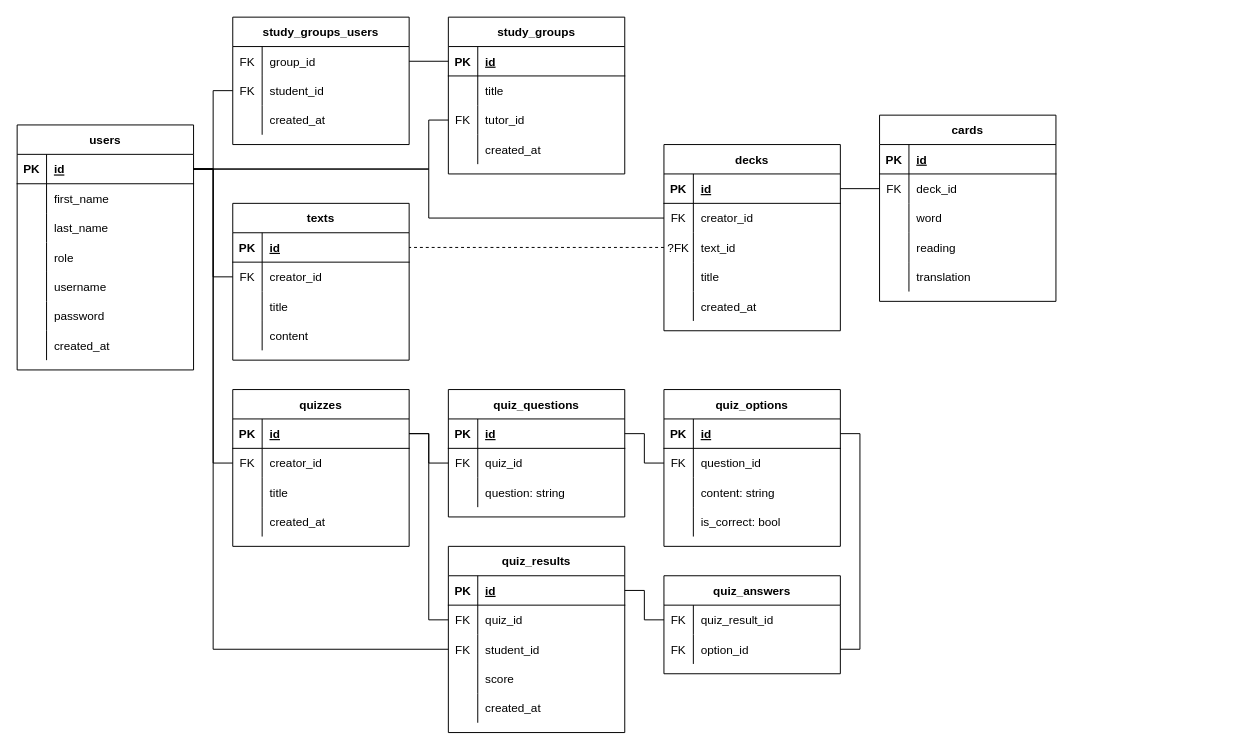
Above: page "database" (5 of 5) of readme.drawio in RullDeef/web-lab (draw.io), before the change. Source tidied: cells renumbered, new cells numbered last; positions are measured from the earlier drawing's top-left corner, leaving out a move shared by most shapes. Both pictures are drawn from the tidied source at 98%, with x=0, y=0 at pixel (17, 17).
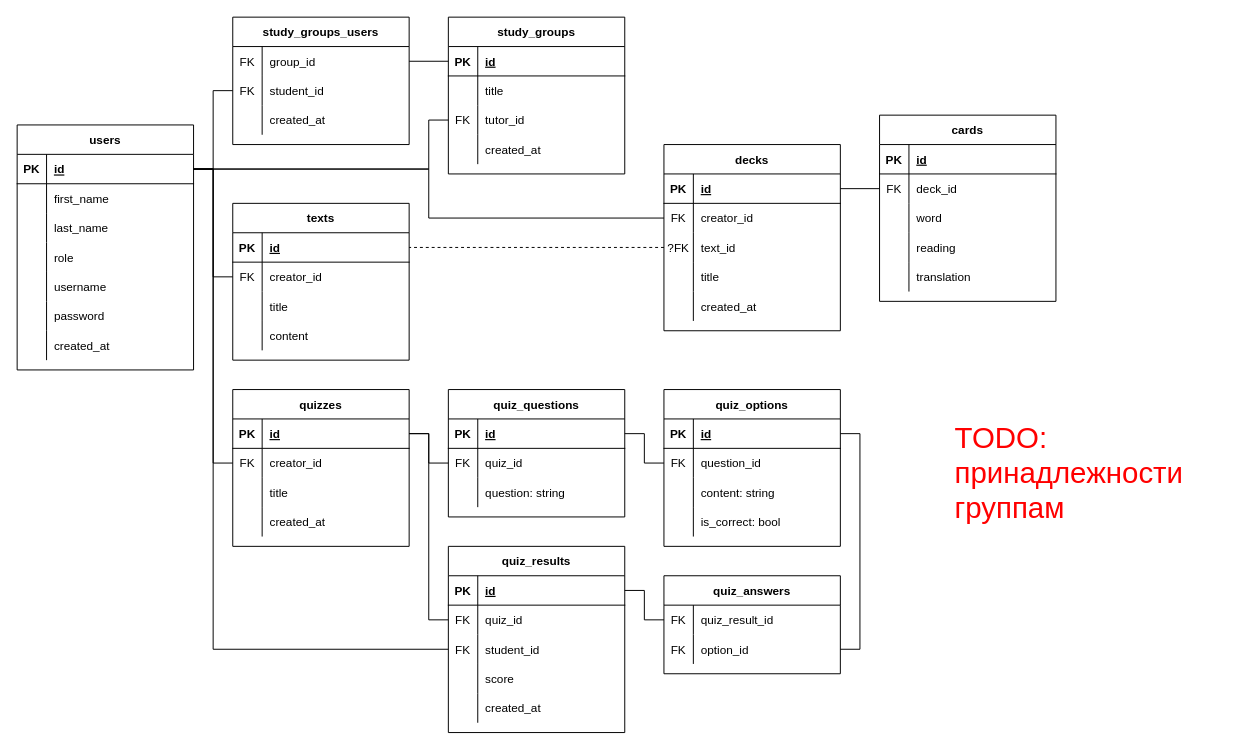
The same diagram, later.

Commit message (it also covers changes not shown here):
add todo in diagram

Diff of the diagram source:
```diff
@@
+    <mxCell id="165" value="TODO:&lt;br style=&quot;font-size: 30px;&quot;&gt;принадлежности&lt;br style=&quot;font-size: 30px;&quot;&gt;группам" style="text;html=1;strokeColor=none;fillColor=none;align=left;verticalAlign=middle;whiteSpace=wrap;rounded=0;fontSize=30;fontColor=#FF0000;" parent="1" vertex="1">
+      <mxGeometry x="955" y="410" width="275" height="110" as="geometry" />
+    </mxCell>
```
